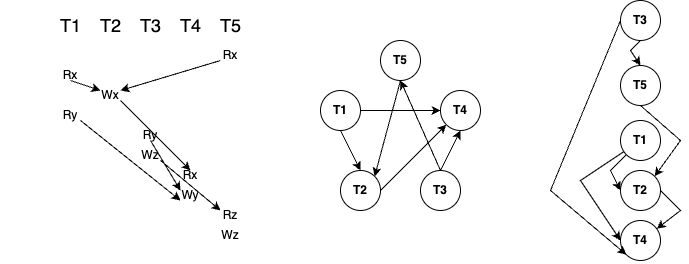
Above: Homework6_Janis/graph_a.png in us-ja/Data_Management (draw.io), before the change. Source tidied: cells renumbered, new cells last; positions are measured from the earlier drawing's top-left corner, leaving out a move shared by most shapes.
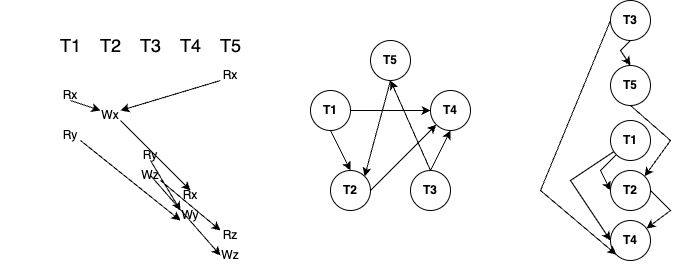
Above is the later version.

Change to the diagram source:
```diff
@@ -5,65 +5,6 @@
     <mxCell id="2" value="&lt;b&gt;T4&lt;/b&gt;" style="ellipse;whiteSpace=wrap;html=1;" parent="1" vertex="1">
       <mxGeometry x="440" y="90" width="40" height="40" as="geometry" />
     </mxCell>
-    <mxCell id="3" value="&lt;font style=&quot;font-size: 18px;&quot;&gt;T1&lt;span style=&quot;white-space: pre;&quot;&gt;&#9;&lt;/span&gt;T2&lt;span style=&quot;white-space: pre;&quot;&gt;&#9;&lt;/span&gt;T3&lt;span style=&quot;white-space: pre;&quot;&gt;&#9;&lt;/span&gt;T4&lt;span style=&quot;white-space: pre;&quot;&gt;&#9;&lt;/span&gt;T5&lt;span style=&quot;white-space: pre;&quot;&gt;&#9;&lt;/span&gt;&lt;/font&gt;" style="text;html=1;align=center;verticalAlign=middle;whiteSpace=wrap;rounded=0;" parent="1" vertex="1">
-      <mxGeometry y="10" width="320" height="30" as="geometry" />
-    </mxCell>
-    <mxCell id="4" value="Rx" style="text;html=1;align=center;verticalAlign=middle;whiteSpace=wrap;rounded=0;perimeterSpacing=0;fillColor=none;" parent="1" vertex="1">
-      <mxGeometry x="200" y="40" width="60" height="30" as="geometry" />
-    </mxCell>
-    <mxCell id="5" value="Rx" style="text;html=1;align=center;verticalAlign=middle;whiteSpace=wrap;rounded=0;perimeterSpacing=0;fillColor=none;" parent="1" vertex="1">
-      <mxGeometry x="40" y="60" width="60" height="30" as="geometry" />
-    </mxCell>
-    <mxCell id="6" value="Wx" style="text;html=1;align=center;verticalAlign=middle;whiteSpace=wrap;rounded=0;perimeterSpacing=0;fillColor=none;" parent="1" vertex="1">
-      <mxGeometry x="80" y="80" width="60" height="30" as="geometry" />
-    </mxCell>
-    <mxCell id="7" value="Ry" style="text;html=1;align=center;verticalAlign=middle;whiteSpace=wrap;rounded=0;perimeterSpacing=0;fillColor=none;" parent="1" vertex="1">
-      <mxGeometry x="40" y="100" width="60" height="30" as="geometry" />
-    </mxCell>
-    <mxCell id="8" value="Ry" style="text;html=1;align=center;verticalAlign=middle;whiteSpace=wrap;rounded=0;perimeterSpacing=0;fillColor=none;" parent="1" vertex="1">
-      <mxGeometry x="120" y="120" width="60" height="30" as="geometry" />
-    </mxCell>
-    <mxCell id="9" value="Wz" style="text;html=1;align=center;verticalAlign=middle;whiteSpace=wrap;rounded=0;perimeterSpacing=0;fillColor=none;" parent="1" vertex="1">
-      <mxGeometry x="120" y="140" width="60" height="30" as="geometry" />
-    </mxCell>
-    <mxCell id="10" value="Rx" style="text;html=1;align=center;verticalAlign=middle;whiteSpace=wrap;rounded=0;perimeterSpacing=0;fillColor=none;" parent="1" vertex="1">
-      <mxGeometry x="160" y="160" width="60" height="30" as="geometry" />
-    </mxCell>
-    <mxCell id="11" value="Wy" style="text;html=1;align=center;verticalAlign=middle;whiteSpace=wrap;rounded=0;perimeterSpacing=0;fillColor=none;" parent="1" vertex="1">
-      <mxGeometry x="160" y="180" width="60" height="30" as="geometry" />
-    </mxCell>
-    <mxCell id="12" value="Rz" style="text;html=1;align=center;verticalAlign=middle;whiteSpace=wrap;rounded=0;perimeterSpacing=0;fillColor=none;" parent="1" vertex="1">
-      <mxGeometry x="200" y="200" width="60" height="30" as="geometry" />
-    </mxCell>
-    <mxCell id="13" value="Wz" style="text;html=1;align=center;verticalAlign=middle;whiteSpace=wrap;rounded=0;perimeterSpacing=0;fillColor=none;" parent="1" vertex="1">
-      <mxGeometry x="200" y="220" width="60" height="30" as="geometry" />
-    </mxCell>
-    <mxCell id="14" style="endArrow=classic;html=1;rounded=0;entryX=0.333;entryY=0.333;entryDx=0;entryDy=0;entryPerimeter=0;" parent="1" edge="1" target="6">
-      <mxGeometry relative="1" as="geometry">
-        <mxPoint x="70" y="80" as="sourcePoint" />
-      </mxGeometry>
-    </mxCell>
-    <mxCell id="15" style="endArrow=classic;html=1;rounded=0;entryX=0.667;entryY=0.333;entryDx=0;entryDy=0;entryPerimeter=0;exitX=0.333;exitY=0.667;exitDx=0;exitDy=0;exitPerimeter=0;" parent="1" edge="1" source="4" target="6">
-      <mxGeometry relative="1" as="geometry" />
-    </mxCell>
-    <mxCell id="16" style="endArrow=classic;html=1;rounded=0;" parent="1" edge="1">
-      <mxGeometry relative="1" as="geometry">
-        <mxPoint x="120" y="100" as="sourcePoint" />
-        <mxPoint x="190" y="170" as="targetPoint" />
-      </mxGeometry>
-    </mxCell>
-    <mxCell id="17" style="endArrow=classic;html=1;rounded=0;exitX=0;exitY=0;exitDx=0;exitDy=0;entryX=0.333;entryY=0.333;entryDx=0;entryDy=0;entryPerimeter=0;" parent="1" edge="1" source="10" target="12">
-      <mxGeometry relative="1" as="geometry" />
-    </mxCell>
-    <mxCell id="18" style="endArrow=classic;html=1;rounded=0;exitX=0.667;exitY=0.667;exitDx=0;exitDy=0;exitPerimeter=0;endSize=6;entryX=0.333;entryY=0.667;entryDx=0;entryDy=0;entryPerimeter=0;" parent="1" edge="1" source="7" target="11">
-      <mxGeometry relative="1" as="geometry" />
-    </mxCell>
-    <mxCell id="19" style="endArrow=classic;html=1;rounded=0;" parent="1" edge="1">
-      <mxGeometry relative="1" as="geometry">
-        <mxPoint x="150" y="140" as="sourcePoint" />
-        <mxPoint x="180" y="190" as="targetPoint" />
-      </mxGeometry>
-    </mxCell>
     <mxCell id="20" value="&lt;b&gt;T2&lt;/b&gt;" style="ellipse;whiteSpace=wrap;html=1;" parent="1" vertex="1">
       <mxGeometry x="340" y="170" width="40" height="40" as="geometry" />
     </mxCell>
@@ -91,11 +32,11 @@
     <mxCell id="28" style="endArrow=classic;html=1;rounded=0;exitX=0.5;exitY=0;exitDx=0;exitDy=0;entryX=0.5;entryY=1;entryDx=0;entryDy=0;" parent="1" edge="1" source="21" target="2">
       <mxGeometry relative="1" as="geometry" />
     </mxCell>
-    <mxCell id="29" style="endArrow=classic;html=1;rounded=0;entryX=0.5;entryY=1;entryDx=0;entryDy=0;" parent="1" edge="1" target="23">
-      <mxGeometry relative="1" as="geometry">
-        <mxPoint x="440" y="170" as="sourcePoint" />
-      </mxGeometry>
-    </mxCell>
+    <mxCell id="41" style="endArrow=classic;html=1;rounded=0;entryX=0.5;entryY=1;entryDx=0;entryDy=0;" parent="1" edge="1" target="23">
+      <mxGeometry relative="1" as="geometry">
+        <mxPoint x="440" y="170" as="sourcePoint" />
+      </mxGeometry>
+    </mxCell>
     <mxCell id="30" value="&lt;b&gt;T4&lt;/b&gt;" style="ellipse;whiteSpace=wrap;html=1;" parent="1" vertex="1">
       <mxGeometry x="620" y="220" width="40" height="40" as="geometry" />
     </mxCell>
@@ -133,14 +74,14 @@
         </Array>
       </mxGeometry>
     </mxCell>
-    <mxCell id="37" style="endArrow=classic;html=1;rounded=0;entryX=0.5;entryY=0;entryDx=0;entryDy=0;" parent="1" edge="1" target="38">
-      <mxGeometry relative="1" as="geometry">
-        <mxPoint x="640" y="40" as="sourcePoint" />
-        <Array as="points">
-          <mxPoint x="630" y="50" />
-        </Array>
-      </mxGeometry>
-    </mxCell>
+    <mxCell id="42" style="endArrow=classic;html=1;rounded=0;entryX=0.5;entryY=0;entryDx=0;entryDy=0;" parent="1" edge="1" target="38">
+      <mxGeometry relative="1" as="geometry">
+        <mxPoint x="640" y="40" as="sourcePoint" />
+        <Array as="points">
+          <mxPoint x="630" y="50" />
+        </Array>
+      </mxGeometry>
+    </mxCell>
     <mxCell id="38" value="&lt;b&gt;T5&lt;/b&gt;" style="ellipse;whiteSpace=wrap;html=1;" parent="1" vertex="1">
       <mxGeometry x="620" y="65" width="40" height="40" as="geometry" />
     </mxCell>
@@ -154,5 +95,70 @@
     <mxCell id="40" value="&lt;b&gt;T1&lt;/b&gt;" style="ellipse;whiteSpace=wrap;html=1;" parent="1" vertex="1">
       <mxGeometry x="620" y="120" width="40" height="40" as="geometry" />
     </mxCell>
+    <mxCell id="3" value="&lt;font style=&quot;font-size: 18px;&quot;&gt;T1&lt;span style=&quot;white-space: pre;&quot;&gt;&#9;&lt;/span&gt;T2&lt;span style=&quot;white-space: pre;&quot;&gt;&#9;&lt;/span&gt;T3&lt;span style=&quot;white-space: pre;&quot;&gt;&#9;&lt;/span&gt;T4&lt;span style=&quot;white-space: pre;&quot;&gt;&#9;&lt;/span&gt;T5&lt;span style=&quot;white-space: pre;&quot;&gt;&#9;&lt;/span&gt;&lt;/font&gt;" style="text;html=1;align=center;verticalAlign=middle;whiteSpace=wrap;rounded=0;" parent="1" vertex="1">
+      <mxGeometry x="10" y="30" width="320" height="30" as="geometry" />
+    </mxCell>
+    <mxCell id="43" value="Rx" style="text;html=1;align=center;verticalAlign=middle;whiteSpace=wrap;rounded=0;perimeterSpacing=0;fillColor=none;" parent="1" vertex="1">
+      <mxGeometry x="210" y="60" width="60" height="30" as="geometry" />
+    </mxCell>
+    <mxCell id="44" value="Rx" style="text;html=1;align=center;verticalAlign=middle;whiteSpace=wrap;rounded=0;perimeterSpacing=0;fillColor=none;" parent="1" vertex="1">
+      <mxGeometry x="50" y="80" width="60" height="30" as="geometry" />
+    </mxCell>
+    <mxCell id="6" value="Wx" style="text;html=1;align=center;verticalAlign=middle;whiteSpace=wrap;rounded=0;perimeterSpacing=0;fillColor=none;" parent="1" vertex="1">
+      <mxGeometry x="90" y="100" width="60" height="30" as="geometry" />
+    </mxCell>
+    <mxCell id="45" value="Ry" style="text;html=1;align=center;verticalAlign=middle;whiteSpace=wrap;rounded=0;perimeterSpacing=0;fillColor=none;" parent="1" vertex="1">
+      <mxGeometry x="50" y="120" width="60" height="30" as="geometry" />
+    </mxCell>
+    <mxCell id="46" value="Ry" style="text;html=1;align=center;verticalAlign=middle;whiteSpace=wrap;rounded=0;perimeterSpacing=0;fillColor=none;" parent="1" vertex="1">
+      <mxGeometry x="130" y="140" width="60" height="30" as="geometry" />
+    </mxCell>
+    <mxCell id="47" value="Wz" style="text;html=1;align=center;verticalAlign=middle;whiteSpace=wrap;rounded=0;perimeterSpacing=0;fillColor=none;" parent="1" vertex="1">
+      <mxGeometry x="130" y="160" width="60" height="30" as="geometry" />
+    </mxCell>
+    <mxCell id="48" value="Rx" style="text;html=1;align=center;verticalAlign=middle;whiteSpace=wrap;rounded=0;perimeterSpacing=0;fillColor=none;" parent="1" vertex="1">
+      <mxGeometry x="170" y="180" width="60" height="30" as="geometry" />
+    </mxCell>
+    <mxCell id="11" value="Wy" style="text;html=1;align=center;verticalAlign=middle;whiteSpace=wrap;rounded=0;perimeterSpacing=0;fillColor=none;" parent="1" vertex="1">
+      <mxGeometry x="170" y="200" width="60" height="30" as="geometry" />
+    </mxCell>
+    <mxCell id="12" value="Rz" style="text;html=1;align=center;verticalAlign=middle;whiteSpace=wrap;rounded=0;perimeterSpacing=0;fillColor=none;" parent="1" vertex="1">
+      <mxGeometry x="210" y="220" width="60" height="30" as="geometry" />
+    </mxCell>
+    <mxCell id="49" value="Wz" style="text;html=1;align=center;verticalAlign=middle;whiteSpace=wrap;rounded=0;perimeterSpacing=0;fillColor=none;" parent="1" vertex="1">
+      <mxGeometry x="210" y="240" width="60" height="30" as="geometry" />
+    </mxCell>
+    <mxCell id="50" style="endArrow=classic;html=1;rounded=0;entryX=0.333;entryY=0.333;entryDx=0;entryDy=0;entryPerimeter=0;" parent="1" edge="1" target="6">
+      <mxGeometry relative="1" as="geometry">
+        <mxPoint x="80" y="100" as="sourcePoint" />
+      </mxGeometry>
+    </mxCell>
+    <mxCell id="51" style="endArrow=classic;html=1;rounded=0;entryX=0.667;entryY=0.333;entryDx=0;entryDy=0;entryPerimeter=0;exitX=0.333;exitY=0.667;exitDx=0;exitDy=0;exitPerimeter=0;" parent="1" edge="1" source="43" target="6">
+      <mxGeometry relative="1" as="geometry" />
+    </mxCell>
+    <mxCell id="52" style="endArrow=classic;html=1;rounded=0;" parent="1" edge="1">
+      <mxGeometry relative="1" as="geometry">
+        <mxPoint x="130" y="120" as="sourcePoint" />
+        <mxPoint x="200" y="190" as="targetPoint" />
+      </mxGeometry>
+    </mxCell>
+    <mxCell id="53" style="endArrow=classic;html=1;rounded=0;exitX=0;exitY=0;exitDx=0;exitDy=0;entryX=0.333;entryY=0.333;entryDx=0;entryDy=0;entryPerimeter=0;" parent="1" edge="1" source="48" target="12">
+      <mxGeometry relative="1" as="geometry" />
+    </mxCell>
+    <mxCell id="54" style="endArrow=classic;html=1;rounded=0;exitX=0.667;exitY=0.667;exitDx=0;exitDy=0;exitPerimeter=0;endSize=6;entryX=0.333;entryY=0.667;entryDx=0;entryDy=0;entryPerimeter=0;" parent="1" edge="1" source="45" target="11">
+      <mxGeometry relative="1" as="geometry" />
+    </mxCell>
+    <mxCell id="55" style="endArrow=classic;html=1;rounded=0;" parent="1" edge="1">
+      <mxGeometry relative="1" as="geometry">
+        <mxPoint x="160" y="160" as="sourcePoint" />
+        <mxPoint x="190" y="210" as="targetPoint" />
+      </mxGeometry>
+    </mxCell>
+    <mxCell id="56" style="endArrow=classic;html=1;rounded=0;" parent="1" edge="1">
+      <mxGeometry relative="1" as="geometry">
+        <mxPoint x="160" y="175" as="sourcePoint" />
+        <mxPoint x="230" y="255" as="targetPoint" />
+      </mxGeometry>
+    </mxCell>
   </root>
 </mxGraphModel>
```
